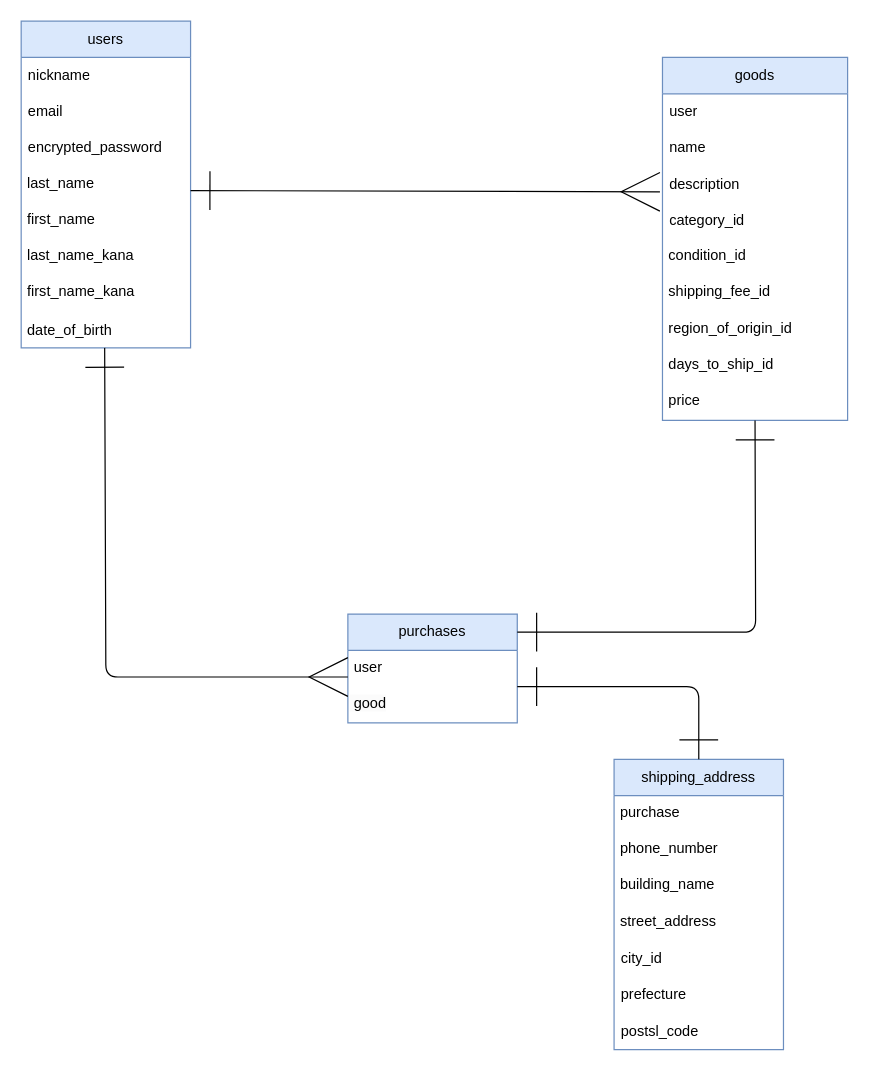
caijiayuantian0-ux/furima-41271 keeps this draw.io diagram as DB.dio. Above is the earlier version. Source tidied: cells renumbered, new cells numbered last; positions are measured from the earlier drawing's top-left corner, leaving out a move shared by most shapes. Both pictures are drawn from the tidied source at 121%, with x=0, y=0 at pixel (21, 21).
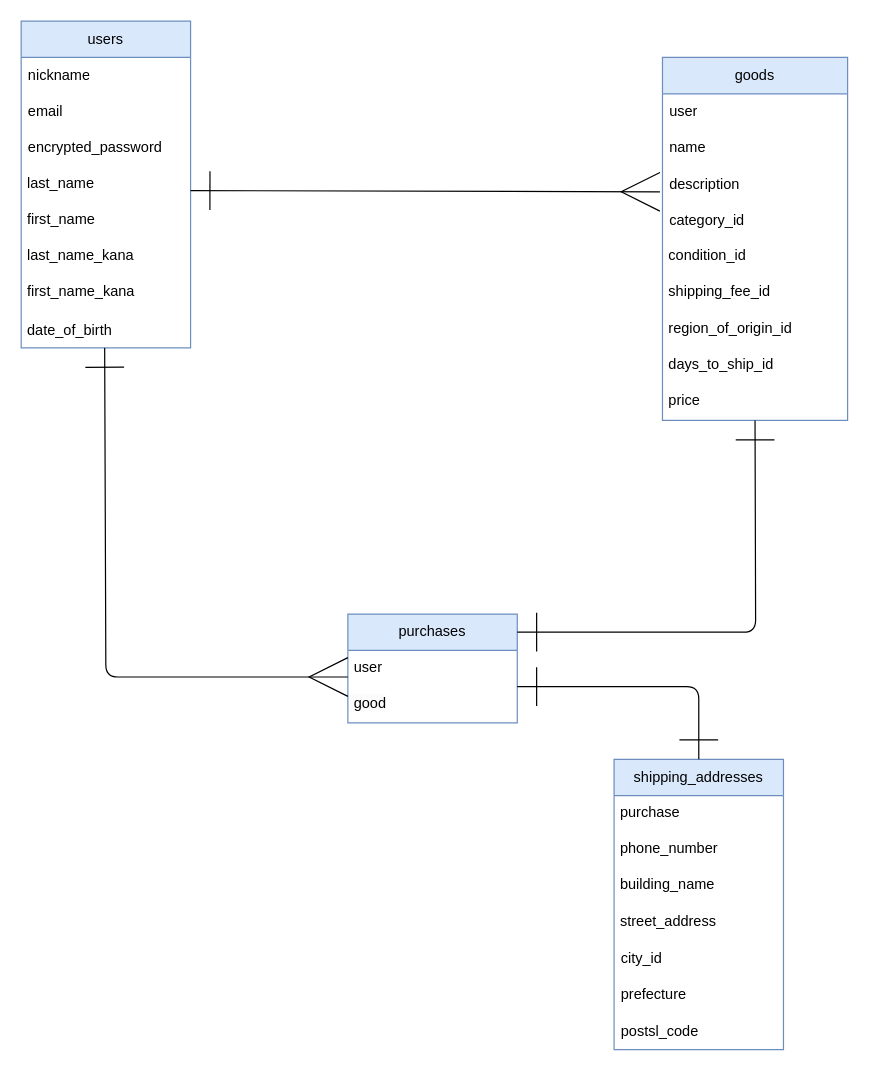
The same diagram, later.

Change to the diagram source:
```diff
@@
-    <mxCell id="27" value="shipping_address" style="swimlane;fontStyle=0;horizontal=1;startSize=30;whiteSpace=wrap;html=1;fillColor=#dae8fc;strokeColor=#6c8ebf;" parent="1" vertex="1">
+    <mxCell id="27" value="shipping_addresses" style="swimlane;fontStyle=0;horizontal=1;startSize=30;whiteSpace=wrap;html=1;fillColor=#dae8fc;strokeColor=#6c8ebf;" parent="1" vertex="1">
       <mxGeometry x="490" y="610" width="140" height="240" as="geometry" />
     </mxCell>
```
